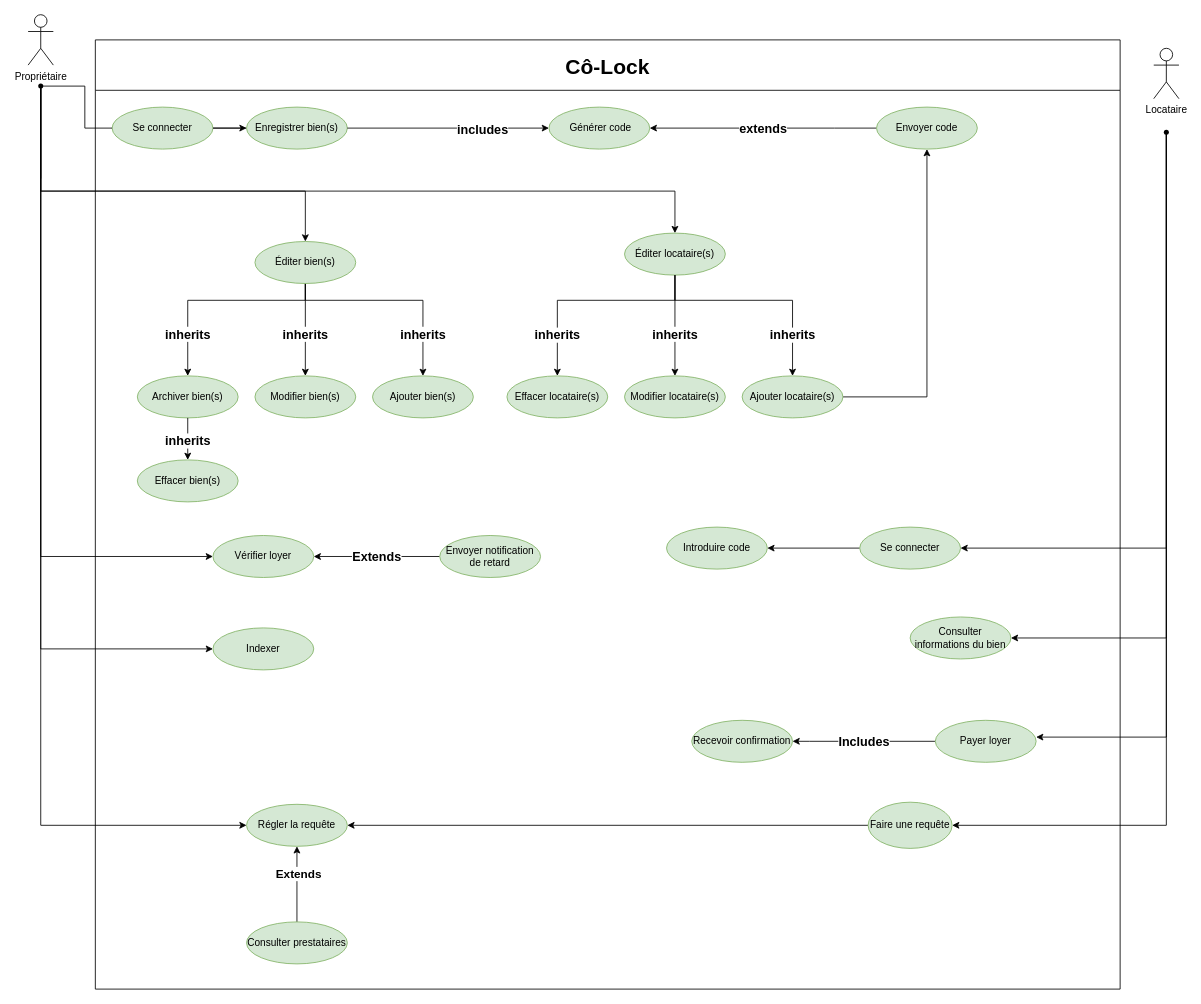
Before: page "Use Case" (5 of 20) of Ko-loc (1).drawio in Julienthum/Co-Lock, a draw.io diagram. Source tidied: cells renumbered, new cells numbered last; positions are measured from the earlier drawing's top-left corner, leaving out a move shared by most shapes. Both pictures are drawn from the tidied source at 84%, with x=0, y=0 at pixel (24, 14).
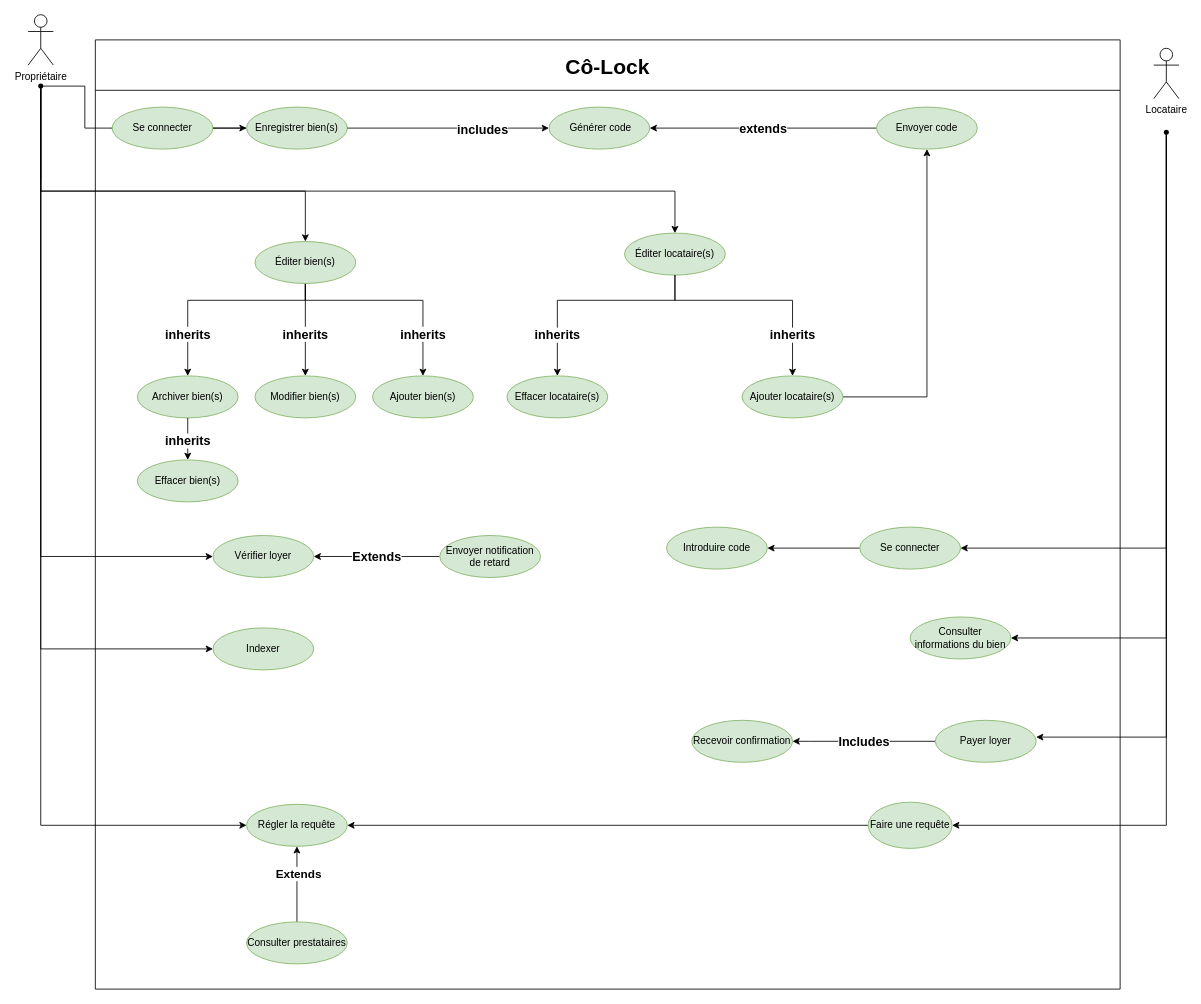
The same diagram, later.

Unchanged cells that the change refers to:
```xml
<mxCell id="2" value="Cô-Lock" style="swimlane;startSize=60;fillColor=default;strokeColor=default;fontColor=default;fontSize=25;" parent="1" vertex="1">
  <mxGeometry x="85" y="30" width="1220" height="1130" as="geometry" />
</mxCell>
<mxCell id="22" value="Éditer locataire(s)" style="ellipse;whiteSpace=wrap;html=1;fillColor=#d5e8d4;strokeColor=#82b366;" parent="2" vertex="1">
  <mxGeometry x="630" y="230" width="120" height="50" as="geometry" />
</mxCell>
```

The edit, as a diff of the source:
```diff
@@
-    <mxCell id="23" value="Modifier locataire(s)" style="ellipse;whiteSpace=wrap;html=1;fillColor=#d5e8d4;strokeColor=#82b366;" parent="2" vertex="1">
-      <mxGeometry x="630" y="400" width="120" height="50" as="geometry" />
-    </mxCell>
-    <mxCell id="24" value="&lt;b&gt;&lt;font style=&quot;font-size: 15px&quot;&gt;inherits&lt;/font&gt;&lt;/b&gt;" style="edgeStyle=orthogonalEdgeStyle;rounded=0;jettySize=auto;html=1;entryX=0.5;entryY=0;entryDx=0;entryDy=0;" parent="2" edge="1" source="22" target="23">
-      <mxGeometry x="0.17" relative="1" as="geometry">
-        <Array as="points">
-          <mxPoint x="690" y="310" />
-          <mxPoint x="690" y="310" />
-        </Array>
-      </mxGeometry>
-    </mxCell>
```
